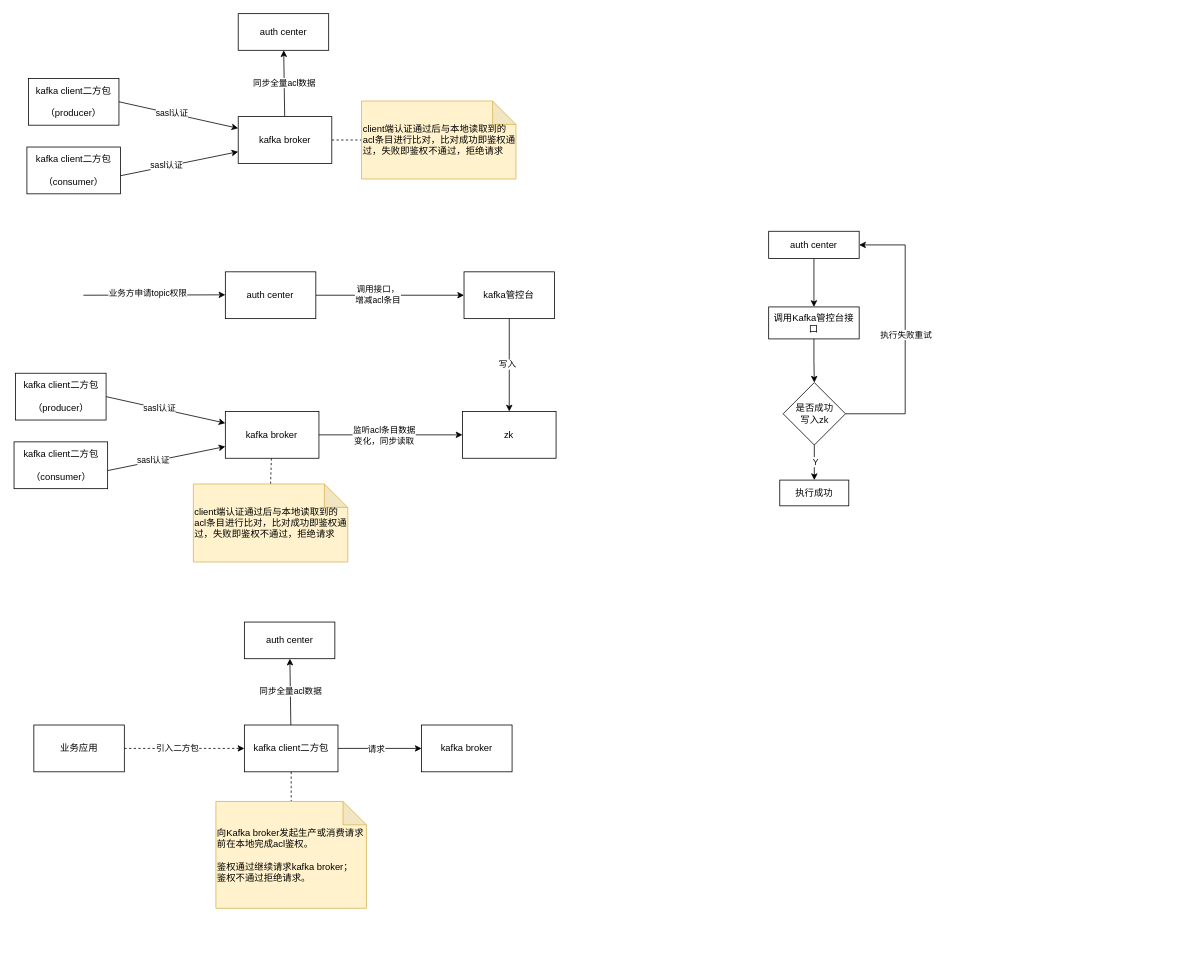
gitcodeporter/draw-uml keeps this draw.io diagram as kafka接入鉴权中心.drawio. Above is the earlier version. Source tidied: cells renumbered, new cells numbered last; positions are measured from the earlier drawing's top-left corner, leaving out a move shared by most shapes. Both pictures are drawn from the tidied source at 78%, with x=0, y=0 at pixel (13, 13).
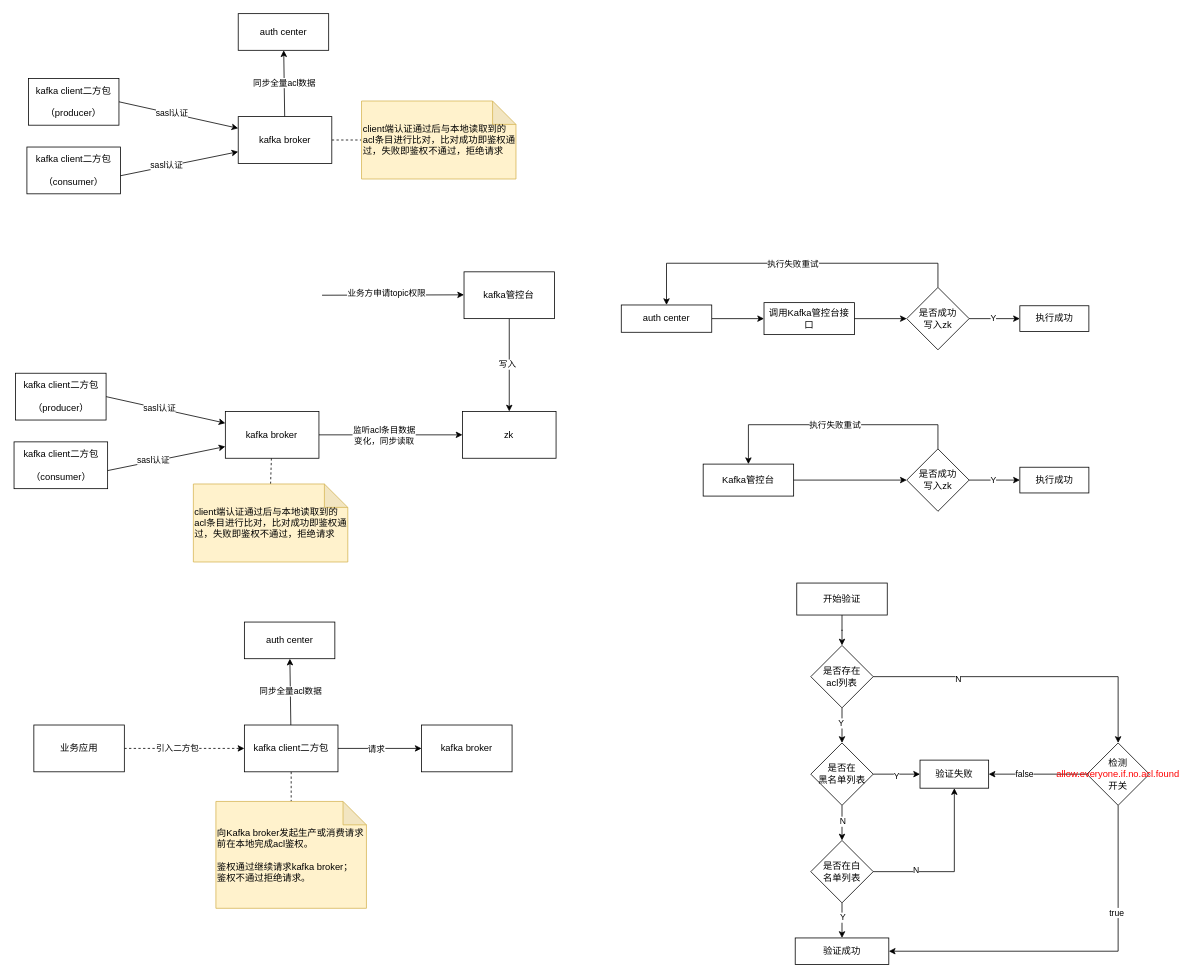
The same diagram, later.

Commit message:
更新kafka接入鉴权中心.drawio

Unchanged cells that the change refers to:
```xml
<mxCell id="29" value="kafka管控台" style="rounded=0;whiteSpace=wrap;html=1;" parent="1" vertex="1">
  <mxGeometry x="577.4" y="331" width="116" height="60" as="geometry" />
</mxCell>
```

What changed in the source:
```diff
@@
-    <mxCell id="24" style="edgeStyle=none;rounded=0;jettySize=auto;html=1;entryX=0;entryY=0.5;entryDx=0;entryDy=0;" parent="1" edge="1" source="26" target="29">
-      <mxGeometry relative="1" as="geometry" />
-    </mxCell>
-    <mxCell id="25" value="调用接口，&lt;br&gt;增减acl条目" style="edgeLabel;html=1;align=center;verticalAlign=middle;" parent="24" vertex="1">
-      <mxGeometry x="-0.17" y="2" relative="1" as="geometry" />
-    </mxCell>
-    <mxCell id="26" value="auth center" style="rounded=0;whiteSpace=wrap;html=1;" parent="1" vertex="1">
-      <mxGeometry x="271.4" y="331" width="116" height="60" as="geometry" />
-    </mxCell>
@@
     <mxCell id="31" style="endArrow=classic;html=1;rounded=0;" parent="1" edge="1">
       <mxGeometry relative="1" as="geometry">
-        <mxPoint x="89.4" y="361" as="sourcePoint" />
-        <mxPoint x="271.4" y="360.5" as="targetPoint" />
+        <mxPoint x="395.4" y="361" as="sourcePoint" />
+        <mxPoint x="577.4" y="360.5" as="targetPoint" />
       </mxGeometry>
     </mxCell>
@@
-    <mxCell id="44" style="edgeStyle=orthogonalEdgeStyle;rounded=0;jettySize=auto;html=1;entryX=0.5;entryY=0;entryDx=0;entryDy=0;" parent="1" edge="1" source="45" target="46">
+    <mxCell id="44" style="edgeStyle=orthogonalEdgeStyle;rounded=0;jettySize=auto;html=1;" parent="1" edge="1" source="45" target="46">
       <mxGeometry relative="1" as="geometry" />
     </mxCell>
     <mxCell id="45" value="auth center" style="rounded=0;whiteSpace=wrap;html=1;" parent="1" vertex="1">
-      <mxGeometry x="968" y="279" width="116" height="35" as="geometry" />
+      <mxGeometry x="779" y="373.5" width="116" height="35" as="geometry" />
     </mxCell>
     <mxCell id="46" value="调用Kafka管控台接口" style="rounded=0;whiteSpace=wrap;html=1;" parent="1" vertex="1">
-      <mxGeometry x="968" y="376" width="116" height="41" as="geometry" />
+      <mxGeometry x="962" y="370.5" width="116" height="41" as="geometry" />
     </mxCell>
-    <mxCell id="47" style="edgeStyle=orthogonalEdgeStyle;rounded=0;jettySize=auto;html=1;exitX=0.5;exitY=1;exitDx=0;exitDy=0;" parent="1" edge="1" source="46" target="52">
+    <mxCell id="47" style="edgeStyle=orthogonalEdgeStyle;rounded=0;jettySize=auto;html=1;exitX=1;exitY=0.5;exitDx=0;exitDy=0;" parent="1" edge="1" source="46" target="52">
       <mxGeometry relative="1" as="geometry" />
     </mxCell>
@@
-    <mxCell id="50" style="edgeStyle=orthogonalEdgeStyle;rounded=0;jettySize=auto;html=1;entryX=1;entryY=0.5;entryDx=0;entryDy=0;exitX=1;exitY=0.5;exitDx=0;exitDy=0;" parent="1" edge="1" source="52" target="45">
+    <mxCell id="50" style="edgeStyle=orthogonalEdgeStyle;rounded=0;jettySize=auto;html=1;entryX=0.5;entryY=0;entryDx=0;entryDy=0;exitX=0.5;exitY=0;exitDx=0;exitDy=0;" parent="1" edge="1" source="52" target="45">
       <mxGeometry relative="1" as="geometry">
         <Array as="points">
-          <mxPoint x="1143" y="513" />
-          <mxPoint x="1143" y="297" />
+          <mxPoint x="1185" y="320" />
+          <mxPoint x="837" y="320" />
         </Array>
       </mxGeometry>
     </mxCell>
@@
     <mxCell id="52" value="是否成功&lt;br&gt;写入zk" style="rhombus;whiteSpace=wrap;html=1;rounded=0;" parent="1" vertex="1">
-      <mxGeometry x="986.5" y="473" width="80" height="80" as="geometry" />
+      <mxGeometry x="1145" y="351" width="80" height="80" as="geometry" />
     </mxCell>
     <mxCell id="53" value="执行成功" style="whiteSpace=wrap;html=1;rounded=0;" parent="1" vertex="1">
-      <mxGeometry x="982.2" y="598" width="88.5" height="33" as="geometry" />
+      <mxGeometry x="1290" y="374.5" width="88.5" height="33" as="geometry" />
     </mxCell>
+    <mxCell id="54" value="Kafka管控台" style="rounded=0;whiteSpace=wrap;html=1;" parent="1" vertex="1">
+      <mxGeometry x="884" y="577.5" width="116" height="41" as="geometry" />
+    </mxCell>
+    <mxCell id="55" style="edgeStyle=orthogonalEdgeStyle;rounded=0;jettySize=auto;html=1;exitX=1;exitY=0.5;exitDx=0;exitDy=0;" parent="1" edge="1" source="54" target="60">
+      <mxGeometry relative="1" as="geometry" />
+    </mxCell>
+    <mxCell id="56" style="edgeStyle=orthogonalEdgeStyle;rounded=0;jettySize=auto;html=1;" parent="1" edge="1" source="60" target="61">
+      <mxGeometry relative="1" as="geometry" />
+    </mxCell>
+    <mxCell id="57" value="Y" style="edgeLabel;html=1;align=center;verticalAlign=middle;" parent="56" vertex="1">
+      <mxGeometry x="-0.08" y="1" relative="1" as="geometry" />
+    </mxCell>
+    <mxCell id="58" style="edgeStyle=orthogonalEdgeStyle;rounded=0;jettySize=auto;html=1;entryX=0.5;entryY=0;entryDx=0;entryDy=0;exitX=0.5;exitY=0;exitDx=0;exitDy=0;" parent="1" edge="1" source="60" target="54">
+      <mxGeometry relative="1" as="geometry">
+        <Array as="points">
+          <mxPoint x="1185" y="527" />
+          <mxPoint x="942" y="527" />
+        </Array>
+      </mxGeometry>
+    </mxCell>
+    <mxCell id="59" value="执行失败重试" style="edgeLabel;html=1;align=center;verticalAlign=middle;" parent="58" vertex="1">
+      <mxGeometry x="0.01" relative="1" as="geometry" />
+    </mxCell>
+    <mxCell id="60" value="是否成功&lt;br&gt;写入zk" style="rhombus;whiteSpace=wrap;html=1;rounded=0;" parent="1" vertex="1">
+      <mxGeometry x="1145" y="558" width="80" height="80" as="geometry" />
+    </mxCell>
+    <mxCell id="61" value="执行成功" style="whiteSpace=wrap;html=1;rounded=0;" parent="1" vertex="1">
+      <mxGeometry x="1290" y="581.5" width="88.5" height="33" as="geometry" />
+    </mxCell>
+    <mxCell id="62" style="edgeStyle=orthogonalEdgeStyle;rounded=0;jettySize=auto;html=1;" parent="1" edge="1" source="63" target="68">
+      <mxGeometry relative="1" as="geometry" />
+    </mxCell>
+    <mxCell id="63" value="开始验证" style="rounded=0;whiteSpace=wrap;html=1;" parent="1" vertex="1">
+      <mxGeometry x="1004" y="730" width="116" height="41" as="geometry" />
+    </mxCell>
+    <mxCell id="64" style="edgeStyle=orthogonalEdgeStyle;rounded=0;jettySize=auto;html=1;" parent="1" edge="1" source="68" target="73">
+      <mxGeometry relative="1" as="geometry" />
+    </mxCell>
+    <mxCell id="65" value="Y" style="edgeLabel;html=1;align=center;verticalAlign=middle;" parent="64" vertex="1">
+      <mxGeometry x="-0.15" y="-2" relative="1" as="geometry" />
+    </mxCell>
+    <mxCell id="66" style="edgeStyle=orthogonalEdgeStyle;rounded=0;jettySize=auto;html=1;entryX=0.5;entryY=0;entryDx=0;entryDy=0;" parent="1" edge="1" source="68" target="84">
+      <mxGeometry relative="1" as="geometry" />
+    </mxCell>
+    <mxCell id="67" value="N" style="edgeLabel;html=1;align=center;verticalAlign=middle;" parent="66" vertex="1">
+      <mxGeometry x="-0.46" y="-3" relative="1" as="geometry" />
+    </mxCell>
+    <mxCell id="68" value="是否存在&lt;br&gt;acl列表" style="rhombus;whiteSpace=wrap;html=1;rounded=0;" parent="1" vertex="1">
+      <mxGeometry x="1022" y="810" width="80" height="80" as="geometry" />
+    </mxCell>
+    <mxCell id="69" style="edgeStyle=orthogonalEdgeStyle;rounded=0;jettySize=auto;html=1;" parent="1" edge="1" source="73" target="78">
+      <mxGeometry relative="1" as="geometry" />
+    </mxCell>
+    <mxCell id="70" value="N" style="edgeLabel;html=1;align=center;verticalAlign=middle;" parent="69" vertex="1">
+      <mxGeometry x="-0.11" relative="1" as="geometry" />
+    </mxCell>
+    <mxCell id="71" style="edgeStyle=orthogonalEdgeStyle;rounded=0;jettySize=auto;html=1;" parent="1" edge="1" source="73" target="85">
+      <mxGeometry relative="1" as="geometry" />
+    </mxCell>
+    <mxCell id="72" value="Y" style="edgeLabel;html=1;align=center;verticalAlign=middle;" parent="71" vertex="1">
+      <mxGeometry x="-0.03" y="-2" relative="1" as="geometry" />
+    </mxCell>
+    <mxCell id="73" value="是否在&lt;br&gt;黑名单列表" style="rhombus;whiteSpace=wrap;html=1;rounded=0;" parent="1" vertex="1">
+      <mxGeometry x="1022" y="935" width="80" height="80" as="geometry" />
+    </mxCell>
+    <mxCell id="74" style="edgeStyle=orthogonalEdgeStyle;rounded=0;jettySize=auto;html=1;" parent="1" edge="1" source="78" target="79">
+      <mxGeometry relative="1" as="geometry" />
+    </mxCell>
+    <mxCell id="75" value="Y" style="edgeLabel;html=1;align=center;verticalAlign=middle;" parent="74" vertex="1">
+      <mxGeometry x="-0.2" relative="1" as="geometry" />
+    </mxCell>
+    <mxCell id="76" style="edgeStyle=orthogonalEdgeStyle;rounded=0;jettySize=auto;html=1;entryX=0.5;entryY=1;entryDx=0;entryDy=0;" parent="1" edge="1" source="78" target="85">
+      <mxGeometry relative="1" as="geometry" />
+    </mxCell>
+    <mxCell id="77" value="N" style="edgeLabel;html=1;align=center;verticalAlign=middle;" parent="76" vertex="1">
+      <mxGeometry x="-0.49" y="3" relative="1" as="geometry" />
+    </mxCell>
+    <mxCell id="78" value="是否在白&lt;br&gt;名单列表" style="rhombus;whiteSpace=wrap;html=1;rounded=0;" parent="1" vertex="1">
+      <mxGeometry x="1022" y="1060" width="80" height="80" as="geometry" />
+    </mxCell>
+    <mxCell id="79" value="验证成功" style="whiteSpace=wrap;html=1;rounded=0;" parent="1" vertex="1">
+      <mxGeometry x="1002" y="1185" width="120" height="34" as="geometry" />
+    </mxCell>
+    <mxCell id="80" style="edgeStyle=orthogonalEdgeStyle;rounded=0;jettySize=auto;html=1;exitX=0.5;exitY=1;exitDx=0;exitDy=0;entryX=1;entryY=0.5;entryDx=0;entryDy=0;" parent="1" edge="1" source="84" target="79">
+      <mxGeometry relative="1" as="geometry" />
+    </mxCell>
+    <mxCell id="81" value="true" style="edgeLabel;html=1;align=center;verticalAlign=middle;" parent="80" vertex="1">
+      <mxGeometry x="-0.43" y="-3" relative="1" as="geometry" />
+    </mxCell>
+    <mxCell id="82" style="edgeStyle=orthogonalEdgeStyle;rounded=0;jettySize=auto;html=1;entryX=1;entryY=0.5;entryDx=0;entryDy=0;" parent="1" edge="1" source="84" target="85">
+      <mxGeometry relative="1" as="geometry" />
+    </mxCell>
+    <mxCell id="83" value="false" style="edgeLabel;html=1;align=center;verticalAlign=middle;" parent="82" vertex="1">
+      <mxGeometry x="0.29" y="-1" relative="1" as="geometry" />
+    </mxCell>
+    <mxCell id="84" value="检测&lt;br&gt;&lt;font color=&quot;#ff0000&quot;&gt;allow.everyone.if.no.acl.found&lt;br&gt;&lt;/font&gt;开关" style="rhombus;whiteSpace=wrap;html=1;rounded=0;" parent="1" vertex="1">
+      <mxGeometry x="1376" y="935" width="80" height="80" as="geometry" />
+    </mxCell>
+    <mxCell id="85" value="验证失败" style="whiteSpace=wrap;html=1;rounded=0;" parent="1" vertex="1">
+      <mxGeometry x="1162" y="957" width="88" height="36" as="geometry" />
+    </mxCell>
```
